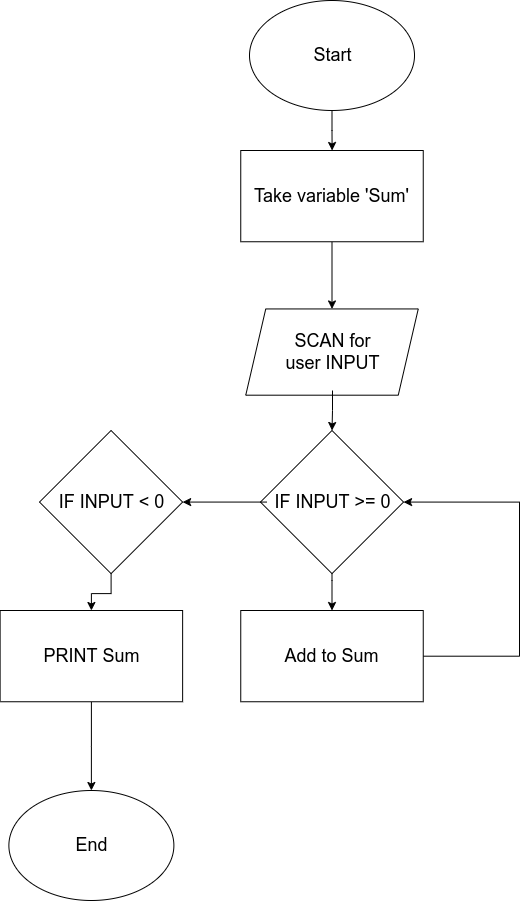
Above: Calculate Sum.drawio.png in rustybladez/flowcharts (draw.io), before the change. Source tidied: cells renumbered, new cells last; positions are measured from the earlier drawing's top-left corner, leaving out a move shared by most shapes. The source it was exported from:
```xml
<mxGraphModel>
  <root>
    <mxCell id="0" />
    <mxCell id="1" parent="0" />
    <mxCell id="2" style="edgeStyle=orthogonalEdgeStyle;rounded=0;jettySize=auto;html=1;" parent="1" edge="1" source="3">
      <mxGeometry relative="1" as="geometry">
        <mxPoint x="331.6" y="150" as="targetPoint" />
      </mxGeometry>
    </mxCell>
    <mxCell id="3" style="ellipse;whiteSpace=wrap;html=1;" parent="1" vertex="1">
      <mxGeometry x="249" width="165" height="110" as="geometry" />
    </mxCell>
    <mxCell id="4" style="edgeStyle=orthogonalEdgeStyle;rounded=0;jettySize=auto;html=1;fontSize=18;" parent="1" edge="1" source="5" target="15">
      <mxGeometry relative="1" as="geometry">
        <Array as="points">
          <mxPoint x="332" y="580" />
          <mxPoint x="332" y="580" />
        </Array>
      </mxGeometry>
    </mxCell>
    <mxCell id="5" style="rhombus;whiteSpace=wrap;html=1;" parent="1" vertex="1">
      <mxGeometry x="259.9" y="430" width="143.1" height="143.1" as="geometry" />
    </mxCell>
    <mxCell id="6" style="shape=parallelogram;perimeter=parallelogramPerimeter;whiteSpace=wrap;html=1;fixedSize=1;" parent="1" vertex="1">
      <mxGeometry x="245.2" y="308.4" width="172.5" height="86.2" as="geometry" />
    </mxCell>
    <mxCell id="7" value="Start" style="text;html=1;align=center;verticalAlign=middle;fillColor=none;strokeColor=none;rounded=0;fontSize=18;" parent="1" vertex="1">
      <mxGeometry x="306.5" y="40" width="50" height="30" as="geometry" />
    </mxCell>
    <mxCell id="8" style="edgeStyle=orthogonalEdgeStyle;rounded=0;jettySize=auto;html=1;fontSize=18;" parent="1" edge="1" source="9" target="6">
      <mxGeometry relative="1" as="geometry" />
    </mxCell>
    <mxCell id="9" value="Take variable 'Sum'" style="rounded=0;whiteSpace=wrap;html=1;fontSize=18;" parent="1" vertex="1">
      <mxGeometry x="240.2" y="150" width="182.5" height="91.2" as="geometry" />
    </mxCell>
    <mxCell id="10" style="edgeStyle=orthogonalEdgeStyle;rounded=0;jettySize=auto;html=1;fontSize=18;" parent="1" edge="1" target="5">
      <mxGeometry relative="1" as="geometry">
        <mxPoint x="332" y="390" as="sourcePoint" />
      </mxGeometry>
    </mxCell>
    <mxCell id="11" value="SCAN for&lt;br&gt;user INPUT" style="text;html=1;align=center;verticalAlign=middle;fillColor=none;strokeColor=none;rounded=0;fontSize=18;" parent="1" vertex="1">
      <mxGeometry x="276.5" y="326.6" width="110" height="50" as="geometry" />
    </mxCell>
    <mxCell id="12" style="edgeStyle=orthogonalEdgeStyle;rounded=0;jettySize=auto;html=1;fontSize=18;entryX=1;entryY=0.5;entryDx=0;entryDy=0;" parent="1" edge="1" source="13" target="17">
      <mxGeometry relative="1" as="geometry" />
    </mxCell>
    <mxCell id="13" value="IF INPUT &amp;gt;= 0" style="text;html=1;align=center;verticalAlign=middle;points=[];fillColor=none;strokeColor=none;rounded=0;fontSize=18;" parent="1" vertex="1">
      <mxGeometry x="266.5" y="486.6" width="130" height="30" as="geometry" />
    </mxCell>
    <mxCell id="14" style="edgeStyle=orthogonalEdgeStyle;rounded=0;jettySize=auto;html=1;fontSize=18;entryX=1;entryY=0.5;entryDx=0;entryDy=0;" parent="1" edge="1" source="15" target="5">
      <mxGeometry relative="1" as="geometry">
        <Array as="points">
          <mxPoint x="519" y="656" />
          <mxPoint x="519" y="502" />
        </Array>
      </mxGeometry>
    </mxCell>
    <mxCell id="15" value="Add to Sum" style="rounded=0;whiteSpace=wrap;html=1;fontSize=18;" parent="1" vertex="1">
      <mxGeometry x="240.2" y="610" width="182.5" height="91.2" as="geometry" />
    </mxCell>
    <mxCell id="16" style="edgeStyle=orthogonalEdgeStyle;rounded=0;jettySize=auto;html=1;fontSize=18;" parent="1" edge="1" source="17" target="20">
      <mxGeometry relative="1" as="geometry" />
    </mxCell>
    <mxCell id="17" style="rhombus;whiteSpace=wrap;html=1;" parent="1" vertex="1">
      <mxGeometry x="39" y="430" width="143.1" height="143.1" as="geometry" />
    </mxCell>
    <mxCell id="18" value="IF INPUT &amp;lt; 0" style="text;html=1;align=center;verticalAlign=middle;fillColor=none;strokeColor=none;rounded=0;fontSize=18;" parent="1" vertex="1">
      <mxGeometry x="50.6" y="486.6" width="120" height="30" as="geometry" />
    </mxCell>
    <mxCell id="19" style="edgeStyle=orthogonalEdgeStyle;rounded=0;jettySize=auto;html=1;fontSize=18;entryX=0.5;entryY=0;entryDx=0;entryDy=0;" parent="1" edge="1" source="20" target="21">
      <mxGeometry relative="1" as="geometry" />
    </mxCell>
    <mxCell id="20" value="PRINT Sum" style="rounded=0;whiteSpace=wrap;html=1;fontSize=18;" parent="1" vertex="1">
      <mxGeometry x="-0.4" y="610" width="182.5" height="91.2" as="geometry" />
    </mxCell>
    <mxCell id="21" style="ellipse;whiteSpace=wrap;html=1;" parent="1" vertex="1">
      <mxGeometry x="8.4" y="790" width="165" height="110" as="geometry" />
    </mxCell>
    <mxCell id="22" value="End" style="text;html=1;align=center;verticalAlign=middle;fillColor=none;strokeColor=none;rounded=0;fontSize=18;" parent="1" vertex="1">
      <mxGeometry x="65.9" y="830" width="50" height="30" as="geometry" />
    </mxCell>
  </root>
</mxGraphModel>
```
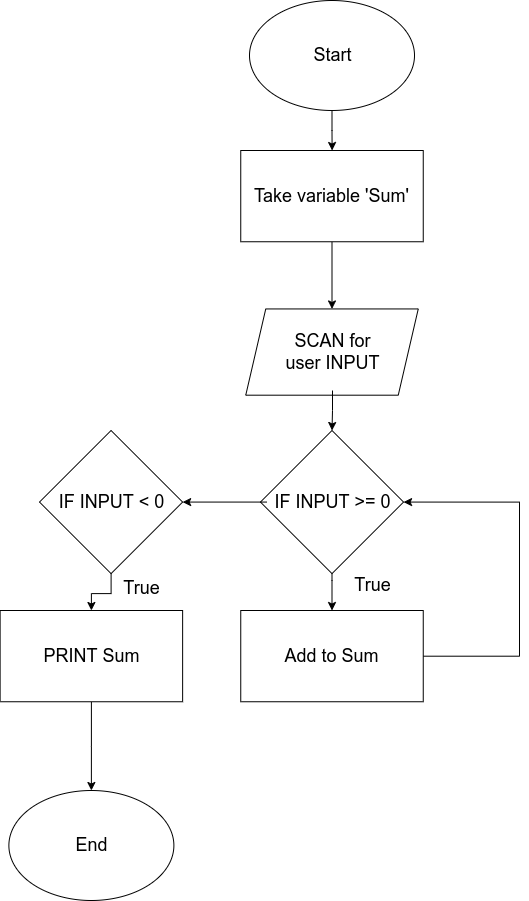
The same file after the commit.

What changed in the source:
```diff
@@ -79,5 +79,11 @@
     <mxCell id="22" value="End" style="text;html=1;align=center;verticalAlign=middle;fillColor=none;strokeColor=none;rounded=0;fontSize=18;" parent="1" vertex="1">
       <mxGeometry x="65.9" y="830" width="50" height="30" as="geometry" />
     </mxCell>
+    <mxCell id="23" value="True" style="text;html=1;align=center;verticalAlign=middle;fillColor=none;strokeColor=none;rounded=0;fontSize=18;" parent="1" vertex="1">
+      <mxGeometry x="346.5" y="570" width="50" height="30" as="geometry" />
+    </mxCell>
+    <mxCell id="24" value="True" style="text;html=1;align=center;verticalAlign=middle;fillColor=none;strokeColor=none;rounded=0;fontSize=18;" parent="1" vertex="1">
+      <mxGeometry x="115.9" y="573.1" width="50" height="30" as="geometry" />
+    </mxCell>
   </root>
 </mxGraphModel>
```
